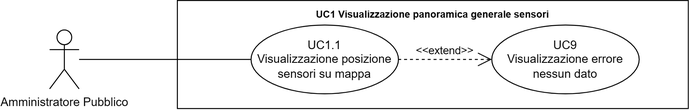
Earlier version of the draw.io export src/3_PB/AnalisiDeiRequisiti/assets/UML/UC1.1_Visualizzazione-posizione-sensori-su-mappa.png (SWATEngineering/Docs). Source tidied: cells renumbered, new cells last; positions are measured from the earlier drawing's top-left corner, leaving out a move shared by most shapes.
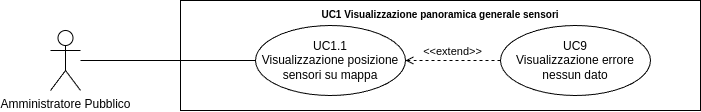
After the commit.

Commit message:
sistemate le direzioni delle freccie extend

The edit, as a diff of the source:
```diff
@@ -17,7 +17,7 @@
     <mxCell id="6" value="UC9&lt;br&gt;Visualizzazione errore nessun dato" style="ellipse;whiteSpace=wrap;html=1;" parent="1" vertex="1">
       <mxGeometry x="450" y="25" width="150" height="70" as="geometry" />
     </mxCell>
-    <mxCell id="7" value="&amp;lt;&amp;lt;extend&amp;gt;&amp;gt;" style="edgeStyle=none;html=1;startArrow=open;endArrow=none;startSize=12;verticalAlign=bottom;dashed=1;labelBackgroundColor=none;rounded=0;" parent="1" edge="1" source="6" target="4">
+    <mxCell id="7" value="&amp;lt;&amp;lt;extend&amp;gt;&amp;gt;" style="html=1;verticalAlign=bottom;labelBackgroundColor=none;endArrow=open;endFill=0;dashed=1;rounded=0;entryX=1;entryY=0.5;entryDx=0;entryDy=0;exitX=0;exitY=0.5;exitDx=0;exitDy=0;" parent="1" edge="1" source="6" target="4">
       <mxGeometry relative="1" as="geometry" />
     </mxCell>
   </root>
```
